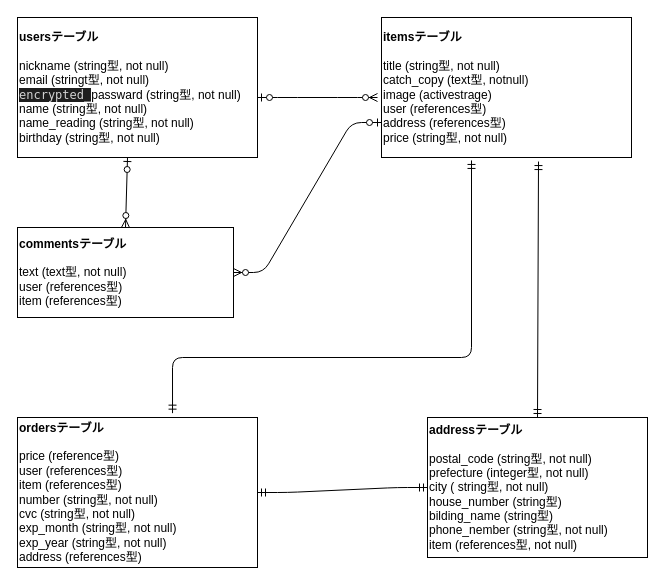
This is furima-36558.dio from kie-yoshinaga/furima-36558, a draw.io file, before an edit. Source tidied: cells renumbered, new cells numbered last; positions are measured from the earlier drawing's top-left corner, leaving out a move shared by most shapes. Both pictures are drawn from the tidied source at 100%, with x=0, y=0 at pixel (17, 17).
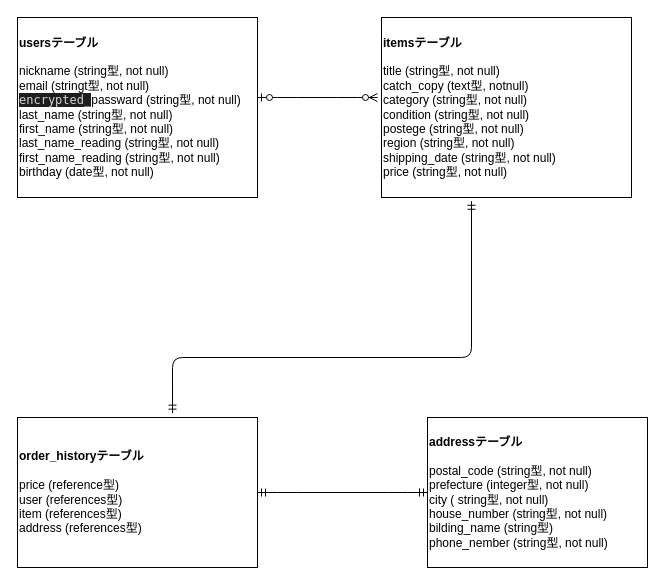
The same diagram, later.

The edit, as a diff of the source:
```diff
@@
 <mxGraphModel>
   <root>
     <mxCell id="0" />
     <mxCell id="1" parent="0" />
-    <mxCell id="2" value="&lt;b&gt;usersテーブル&lt;br&gt;&lt;/b&gt;&lt;br&gt;nickname (string型, not null)&lt;br&gt;email (stringt型, not null)&lt;br&gt;&lt;span style=&quot;background-color: rgb(30 , 30 , 30) ; color: rgb(212 , 212 , 212) ; font-family: &amp;#34;menlo&amp;#34; , &amp;#34;monaco&amp;#34; , &amp;#34;courier new&amp;#34; , monospace&quot;&gt;encrypted_&lt;/span&gt;passward (string型, not null)&lt;br&gt;name (string型, not null)&lt;br&gt;name_reading (string型, not null)&lt;br&gt;&lt;div&gt;&lt;span&gt;birthday (string型, not null)&lt;/span&gt;&lt;/div&gt;" style="rounded=0;whiteSpace=wrap;html=1;align=left;" parent="1" vertex="1">
-      <mxGeometry width="240" height="140" as="geometry" />
+    <mxCell id="2" value="&lt;b&gt;usersテーブル&lt;br&gt;&lt;/b&gt;&lt;br&gt;nickname (string型, not null)&lt;br&gt;email (stringt型, not null)&lt;br&gt;&lt;span style=&quot;background-color: rgb(30 , 30 , 30) ; color: rgb(212 , 212 , 212) ; font-family: &amp;#34;menlo&amp;#34; , &amp;#34;monaco&amp;#34; , &amp;#34;courier new&amp;#34; , monospace&quot;&gt;encrypted_&lt;/span&gt;passward (string型, not null)&lt;br&gt;last_name (string型, not null)&lt;br&gt;first_name (string型, not null)&lt;br&gt;last_name_reading (string型, not null)&lt;br&gt;first_name_reading (string型, not null)&lt;br&gt;&lt;div&gt;&lt;span&gt;birthday (date型, not null)&lt;/span&gt;&lt;/div&gt;" style="rounded=0;whiteSpace=wrap;html=1;align=left;" parent="1" vertex="1">
+      <mxGeometry width="240" height="180" as="geometry" />
     </mxCell>
-    <mxCell id="3" value="&lt;b&gt;itemsテーブル&lt;/b&gt;&lt;br&gt;&lt;br&gt;title (string型, not null)&lt;br&gt;catch_copy (text型, notnull)&lt;br&gt;image (activestrage)&lt;br&gt;user (references型)&lt;br&gt;address (references型)&lt;br&gt;price (string型, not null)" style="rounded=0;whiteSpace=wrap;html=1;align=left;" parent="1" vertex="1">
-      <mxGeometry x="364" width="250" height="140" as="geometry" />
+    <mxCell id="3" value="&lt;b&gt;itemsテーブル&lt;/b&gt;&lt;br&gt;&lt;br&gt;title (string型, not null)&lt;br&gt;catch_copy (text型, notnull)&lt;br&gt;category (string型, not null)&lt;br&gt;condition (string型, not null)&lt;br&gt;postege (string型, not null)&lt;br&gt;region (string型, not null)&lt;br&gt;shipping_date (string型, not null)&lt;br&gt;price (string型, not null)" style="rounded=0;whiteSpace=wrap;html=1;align=left;" parent="1" vertex="1">
+      <mxGeometry x="364" width="250" height="180" as="geometry" />
     </mxCell>
-    <mxCell id="4" value="&lt;b&gt;ordersテーブル&lt;/b&gt;&lt;br&gt;&lt;br&gt;price (reference型)&lt;br&gt;user (references型)&lt;br&gt;item (references型)&lt;br&gt;number (string型, not null)&lt;br&gt;cvc (string型, not null)&lt;br&gt;exp_month (string型, not null)&lt;br&gt;exp_year (string型, not null)&lt;br&gt;address (references型)" style="rounded=0;whiteSpace=wrap;html=1;align=left;" parent="1" vertex="1">
+    <mxCell id="4" value="&lt;b&gt;order_historyテーブル&lt;/b&gt;&lt;br&gt;&lt;br&gt;price (reference型)&lt;br&gt;user (references型)&lt;br&gt;item (references型)&lt;br&gt;address (references型)" style="rounded=0;whiteSpace=wrap;html=1;align=left;" parent="1" vertex="1">
       <mxGeometry y="400" width="240" height="150" as="geometry" />
     </mxCell>
-    <mxCell id="5" value="&lt;div&gt;&lt;span&gt;&lt;b&gt;commentsテーブル&lt;/b&gt;&lt;/span&gt;&lt;/div&gt;&lt;div&gt;&lt;br&gt;&lt;/div&gt;&lt;div&gt;&lt;span&gt;text (text型, not null)&lt;/span&gt;&lt;/div&gt;&lt;div&gt;&lt;span&gt;user (references型)&lt;/span&gt;&lt;/div&gt;&lt;div&gt;&lt;span&gt;item (references型)&lt;/span&gt;&lt;/div&gt;" style="rounded=0;whiteSpace=wrap;html=1;align=left;" parent="1" vertex="1">
-      <mxGeometry y="210" width="216" height="90" as="geometry" />
-    </mxCell>
-    <mxCell id="6" value="&lt;b&gt;addressテーブル&lt;/b&gt;&lt;br&gt;&lt;br&gt;postal_code (string型, not null)&lt;br&gt;prefecture (integer型, not null)&lt;br&gt;city ( string型, not null)&lt;br&gt;house_number (string型)&lt;br&gt;bilding_name (string型)&lt;br&gt;phone_nember (string型, not null)&lt;br&gt;item (references型, not null)" style="rounded=0;whiteSpace=wrap;html=1;align=left;" parent="1" vertex="1">
-      <mxGeometry x="410" y="400" width="220" height="140" as="geometry" />
+    <mxCell id="6" value="&lt;b&gt;addressテーブル&lt;/b&gt;&lt;br&gt;&lt;br&gt;postal_code (string型, not null)&lt;br&gt;prefecture (integer型, not null)&lt;br&gt;city ( string型, not null)&lt;br&gt;house_number (string型, not null)&lt;br&gt;bilding_name (string型)&lt;br&gt;phone_nember (string型, not null)" style="rounded=0;whiteSpace=wrap;html=1;align=left;" parent="1" vertex="1">
+      <mxGeometry x="410" y="400" width="220" height="150" as="geometry" />
     </mxCell>
     <mxCell id="7" style="edgeStyle=entityRelationEdgeStyle;fontSize=12;html=1;endArrow=ERzeroToMany;startArrow=ERzeroToOne;" parent="1" edge="1">
       <mxGeometry relative="1" as="geometry">
         <mxPoint x="240" y="80" as="sourcePoint" />
         <mxPoint x="360" y="80" as="targetPoint" />
       </mxGeometry>
     </mxCell>
-    <mxCell id="8" style="fontSize=12;html=1;endArrow=ERzeroToMany;startArrow=ERzeroToOne;entryX=0.5;entryY=0;entryDx=0;entryDy=0;" parent="1" edge="1" target="5">
-      <mxGeometry relative="1" as="geometry">
-        <mxPoint x="110" y="140" as="sourcePoint" />
-      </mxGeometry>
-    </mxCell>
-    <mxCell id="9" style="edgeStyle=entityRelationEdgeStyle;fontSize=12;html=1;endArrow=ERzeroToMany;startArrow=ERzeroToOne;entryX=1;entryY=0.5;entryDx=0;entryDy=0;exitX=0;exitY=0.75;exitDx=0;exitDy=0;" parent="1" edge="1" source="3" target="5">
-      <mxGeometry relative="1" as="geometry" />
-    </mxCell>
     <mxCell id="10" style="edgeStyle=entityRelationEdgeStyle;fontSize=12;html=1;endArrow=ERmandOne;startArrow=ERmandOne;exitX=1;exitY=0.5;exitDx=0;exitDy=0;entryX=0;entryY=0.5;entryDx=0;entryDy=0;" parent="1" edge="1" source="4" target="6">
       <mxGeometry relative="1" as="geometry" />
     </mxCell>
-    <mxCell id="11" style="fontSize=12;html=1;endArrow=ERmandOne;startArrow=ERmandOne;entryX=0.628;entryY=1.029;entryDx=0;entryDy=0;exitX=0.5;exitY=0;exitDx=0;exitDy=0;entryPerimeter=0;" parent="1" edge="1" source="6" target="3">
-      <mxGeometry relative="1" as="geometry" />
-    </mxCell>
     <mxCell id="12" style="edgeStyle=orthogonalEdgeStyle;fontSize=12;html=1;endArrow=ERmandOne;startArrow=ERmandOne;exitX=0.646;exitY=-0.029;exitDx=0;exitDy=0;exitPerimeter=0;entryX=0.36;entryY=1.021;entryDx=0;entryDy=0;entryPerimeter=0;" parent="1" edge="1" source="4" target="3">
       <mxGeometry relative="1" as="geometry">
         <Array as="points">
           <mxPoint x="155" y="340" />
           <mxPoint x="454" y="340" />
         </Array>
       </mxGeometry>
     </mxCell>
   </root>
 </mxGraphModel>
```
